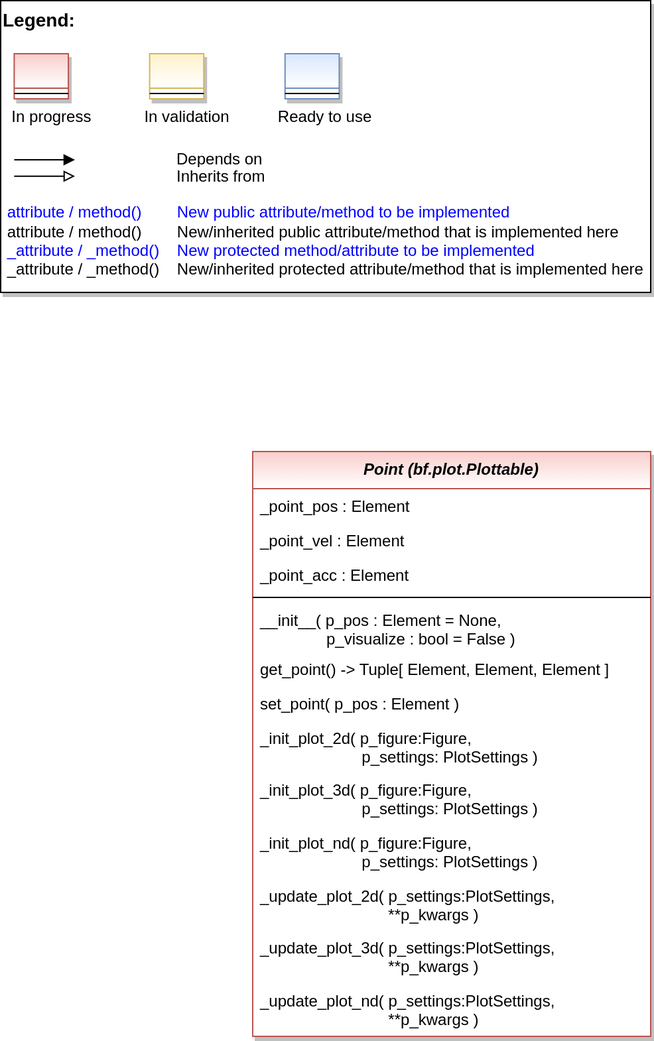
This is doc/rtd/content/04_appendices/appendix2/sub/core/mlpro_bf/layer2_mathematics/images/MLPro-BF-Math-Geometry_class_diagram.drawio.png from fhswf/MLPro, a draw.io export, as it was before one commit. Source tidied: cells renumbered, new cells last; positions are measured from the earlier drawing's top-left corner, leaving out a move shared by most shapes. The source it was exported from:
```xml
<mxGraphModel>
  <root>
    <mxCell id="0" />
    <mxCell id="1" parent="0" />
    <mxCell id="2" style="group;" parent="1" vertex="1">
      <mxGeometry width="490" height="220" as="geometry" />
    </mxCell>
    <mxCell id="3" value="&lt;font color=&quot;#000000&quot; size=&quot;1&quot;&gt;&lt;b style=&quot;font-size: 14px&quot;&gt;Legend:&lt;br&gt;&lt;/b&gt;&lt;/font&gt;&lt;br&gt;&lt;br&gt;&lt;br&gt;&lt;font color=&quot;#0000ff&quot; style=&quot;font-size: 6px&quot;&gt;&lt;br&gt;&lt;/font&gt;&lt;span style=&quot;color: rgb(0 , 0 , 0)&quot;&gt;&lt;font style=&quot;font-size: 4px&quot;&gt;&amp;nbsp; &amp;nbsp;&lt;/font&gt;&amp;nbsp;In progress&amp;nbsp; &amp;nbsp; &amp;nbsp; &amp;nbsp; &amp;nbsp; &amp;nbsp; In validation&amp;nbsp; &amp;nbsp; &amp;nbsp; &amp;nbsp; &amp;nbsp; &amp;nbsp;Ready to use&lt;/span&gt;&lt;font color=&quot;#000000&quot;&gt;&amp;nbsp;&lt;br&gt;&lt;/font&gt;&lt;font color=&quot;#0000ff&quot;&gt;&lt;br&gt;&lt;br&gt;&lt;br&gt;&lt;br&gt;&amp;nbsp;attribute / method()&amp;nbsp; &amp;nbsp; &amp;nbsp; &amp;nbsp; New public attribute/method to be implemented&lt;/font&gt;&lt;br&gt;&lt;font color=&quot;#000000&quot;&gt;&amp;nbsp;&lt;/font&gt;&lt;font color=&quot;#000000&quot;&gt;attribute / method()&lt;span&gt;&#9;&lt;/span&gt;&amp;nbsp; &amp;nbsp; &amp;nbsp; &amp;nbsp;New/inherited public attribute/method that is implemented here&lt;br&gt;&lt;/font&gt;&lt;font color=&quot;#0000ff&quot;&gt;&amp;nbsp;_attribute /&amp;nbsp;&lt;/font&gt;&lt;font color=&quot;#0000ff&quot;&gt;_method()&amp;nbsp; &amp;nbsp; New protected method/attribute to be implemented&lt;/font&gt;&lt;br&gt;&lt;font color=&quot;#000000&quot;&gt;&amp;nbsp;_attribute / _method()&amp;nbsp; &amp;nbsp; New/inherited protected attribute/method that is implemented here&lt;br&gt;&lt;/font&gt;&lt;font color=&quot;#000000&quot;&gt;&lt;br&gt;&lt;br&gt;&lt;br&gt;&lt;br&gt;&lt;br&gt;&lt;/font&gt;" style="text;html=1;align=left;verticalAlign=top;whiteSpace=wrap;rounded=0;fontColor=#006600;strokeColor=#000000;shadow=1;fillColor=#ffffff;" parent="2" vertex="1">
      <mxGeometry width="490" height="220" as="geometry" />
    </mxCell>
    <mxCell id="4" value="Depends on" style="endArrow=block;html=1;labelPosition=right;verticalLabelPosition=middle;align=left;verticalAlign=middle;endFill=1;fontSize=12;" parent="2" edge="1">
      <mxGeometry x="-1623.1" y="-2180" as="geometry">
        <mxPoint x="10.2" y="120" as="sourcePoint" />
        <mxPoint x="56" y="120" as="targetPoint" />
        <Array as="points">
          <mxPoint x="30.6" y="120" />
        </Array>
        <mxPoint x="98" as="offset" />
      </mxGeometry>
    </mxCell>
    <mxCell id="5" value="Inherits from" style="endArrow=block;html=1;labelPosition=right;verticalLabelPosition=middle;align=left;verticalAlign=middle;endFill=0;fontSize=12;" parent="2" edge="1">
      <mxGeometry x="-1623.1" y="-2180" as="geometry">
        <mxPoint x="10.2" y="132.4" as="sourcePoint" />
        <mxPoint x="56" y="132.4" as="targetPoint" />
        <mxPoint x="98" y="1" as="offset" />
      </mxGeometry>
    </mxCell>
    <mxCell id="6" style="swimlane;fontStyle=3;align=center;verticalAlign=top;horizontal=1;startSize=26;rounded=0;shadow=1;strokeWidth=1;fillColor=#f8cecc;strokeColor=#b85450;gradientColor=#ffffff;swimlaneFillColor=#ffffff;" parent="2" vertex="1">
      <mxGeometry x="10.2" y="40" width="40.8" height="34" as="geometry" />
    </mxCell>
    <mxCell id="7" style="line;html=1;strokeWidth=1;align=left;verticalAlign=middle;spacingTop=-1;spacingLeft=3;spacingRight=3;labelPosition=right;" parent="6" vertex="1">
      <mxGeometry y="26" width="40.8" height="8" as="geometry" />
    </mxCell>
    <mxCell id="8" style="swimlane;fontStyle=3;align=center;verticalAlign=top;horizontal=1;startSize=26;rounded=0;shadow=1;strokeWidth=1;fillColor=#fff2cc;strokeColor=#d6b656;gradientColor=#ffffff;swimlaneFillColor=#ffffff;" parent="2" vertex="1">
      <mxGeometry x="112.3" y="40" width="40.8" height="34" as="geometry" />
    </mxCell>
    <mxCell id="9" style="line;html=1;strokeWidth=1;align=left;verticalAlign=middle;spacingTop=-1;spacingLeft=3;spacingRight=3;labelPosition=right;" parent="8" vertex="1">
      <mxGeometry y="26" width="40.8" height="8" as="geometry" />
    </mxCell>
    <mxCell id="10" style="swimlane;fontStyle=3;align=center;verticalAlign=top;horizontal=1;startSize=26;rounded=0;shadow=1;strokeWidth=1;fillColor=#dae8fc;strokeColor=#6c8ebf;gradientColor=#ffffff;swimlaneFillColor=#ffffff;" parent="2" vertex="1">
      <mxGeometry x="214.4" y="40" width="40.8" height="34" as="geometry" />
    </mxCell>
    <mxCell id="11" style="line;html=1;strokeWidth=1;align=left;verticalAlign=middle;spacingTop=-1;spacingLeft=3;spacingRight=3;labelPosition=right;" parent="10" vertex="1">
      <mxGeometry y="26" width="40.8" height="8" as="geometry" />
    </mxCell>
    <mxCell id="12" value="Point (bf.plot.Plottable)" style="swimlane;fontStyle=3;align=center;verticalAlign=top;horizontal=1;startSize=28;rounded=0;shadow=1;strokeWidth=1;fillColor=#f8cecc;strokeColor=#b85450;swimlaneFillColor=#ffffff;gradientColor=#ffffff;" parent="1" vertex="1">
      <mxGeometry x="190" y="340" width="300" height="441" as="geometry" />
    </mxCell>
    <mxCell id="13" value="_point_pos : Element" style="text;align=left;verticalAlign=top;spacingLeft=4;spacingRight=4;overflow=hidden;" parent="12" vertex="1">
      <mxGeometry y="28" width="300" height="26" as="geometry" />
    </mxCell>
    <mxCell id="14" value="_point_vel : Element" style="text;align=left;verticalAlign=top;spacingLeft=4;spacingRight=4;overflow=hidden;" parent="12" vertex="1">
      <mxGeometry y="54" width="300" height="26" as="geometry" />
    </mxCell>
    <mxCell id="15" value="_point_acc : Element" style="text;align=left;verticalAlign=top;spacingLeft=4;spacingRight=4;overflow=hidden;" parent="12" vertex="1">
      <mxGeometry y="80" width="300" height="26" as="geometry" />
    </mxCell>
    <mxCell id="16" style="line;html=1;strokeWidth=1;align=left;verticalAlign=middle;spacingTop=-1;spacingLeft=3;spacingRight=3;labelPosition=right;" parent="12" vertex="1">
      <mxGeometry y="106" width="300" height="8" as="geometry" />
    </mxCell>
    <mxCell id="17" value="__init__( p_pos : Element = None,&#10;               p_visualize : bool = False )" style="text;align=left;verticalAlign=top;spacingLeft=4;spacingRight=4;overflow=hidden;fontColor=default;" parent="12" vertex="1">
      <mxGeometry y="114" width="300" height="37" as="geometry" />
    </mxCell>
    <mxCell id="18" value="get_point() -&gt; Tuple[ Element, Element, Element ]" style="text;align=left;verticalAlign=top;spacingLeft=4;spacingRight=4;overflow=hidden;" parent="12" vertex="1">
      <mxGeometry y="151" width="300" height="26" as="geometry" />
    </mxCell>
    <mxCell id="19" value="set_point( p_pos : Element )" style="text;align=left;verticalAlign=top;spacingLeft=4;spacingRight=4;overflow=hidden;" parent="12" vertex="1">
      <mxGeometry y="177" width="300" height="26" as="geometry" />
    </mxCell>
    <mxCell id="20" value="_init_plot_2d( p_figure:Figure, &#10;                       p_settings: PlotSettings )" style="text;align=left;verticalAlign=top;spacingLeft=4;spacingRight=4;overflow=hidden;fontColor=default;" parent="12" vertex="1">
      <mxGeometry y="203" width="300" height="39" as="geometry" />
    </mxCell>
    <mxCell id="21" value="_init_plot_3d( p_figure:Figure, &#10;                       p_settings: PlotSettings )" style="text;align=left;verticalAlign=top;spacingLeft=4;spacingRight=4;overflow=hidden;fontColor=default;" parent="12" vertex="1">
      <mxGeometry y="242" width="300" height="40" as="geometry" />
    </mxCell>
    <mxCell id="22" value="_init_plot_nd( p_figure:Figure, &#10;                       p_settings: PlotSettings )" style="text;align=left;verticalAlign=top;spacingLeft=4;spacingRight=4;overflow=hidden;fontColor=default;" parent="12" vertex="1">
      <mxGeometry y="282" width="300" height="40" as="geometry" />
    </mxCell>
    <mxCell id="23" value="_update_plot_2d( p_settings:PlotSettings,&#10;                             **p_kwargs )" style="text;align=left;verticalAlign=top;spacingLeft=4;spacingRight=4;overflow=hidden;fontColor=default;" parent="12" vertex="1">
      <mxGeometry y="322" width="300" height="39" as="geometry" />
    </mxCell>
    <mxCell id="24" value="_update_plot_3d( p_settings:PlotSettings,&#10;                             **p_kwargs )" style="text;align=left;verticalAlign=top;spacingLeft=4;spacingRight=4;overflow=hidden;fontColor=default;" parent="12" vertex="1">
      <mxGeometry y="361" width="300" height="40" as="geometry" />
    </mxCell>
    <mxCell id="25" value="_update_plot_nd( p_settings:PlotSettings,&#10;                             **p_kwargs )" style="text;align=left;verticalAlign=top;spacingLeft=4;spacingRight=4;overflow=hidden;fontColor=default;" parent="12" vertex="1">
      <mxGeometry y="401" width="300" height="40" as="geometry" />
    </mxCell>
  </root>
</mxGraphModel>
```
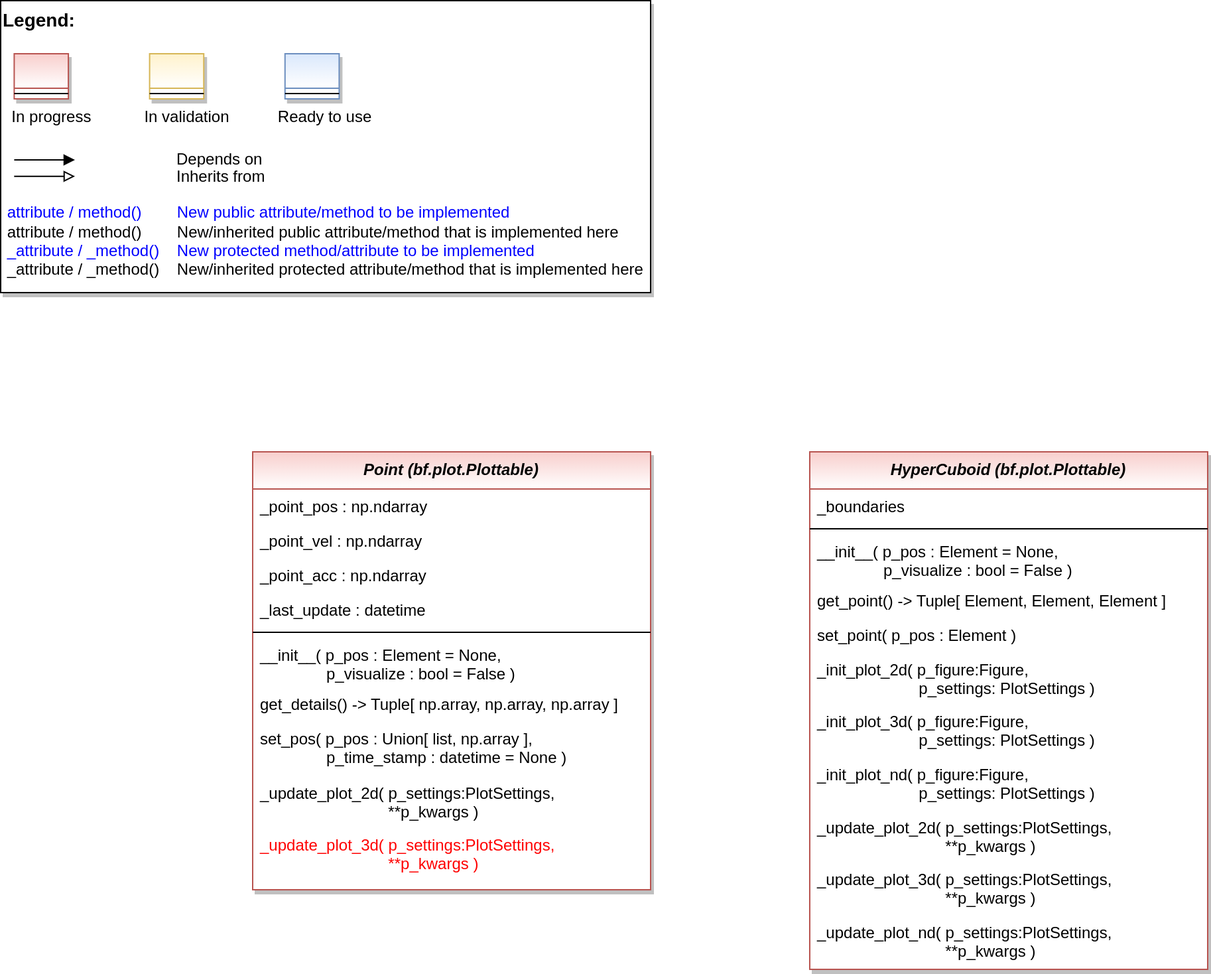
The same file after the commit.

Commit message:
BF-MATH: New sub-topic for geometric objects #739

What changed in the source:
```diff
@@ -44,46 +44,73 @@
       <mxGeometry y="26" width="40.8" height="8" as="geometry" />
     </mxCell>
     <mxCell id="12" value="Point (bf.plot.Plottable)" style="swimlane;fontStyle=3;align=center;verticalAlign=top;horizontal=1;startSize=28;rounded=0;shadow=1;strokeWidth=1;fillColor=#f8cecc;strokeColor=#b85450;swimlaneFillColor=#ffffff;gradientColor=#ffffff;" parent="1" vertex="1">
-      <mxGeometry x="190" y="340" width="300" height="441" as="geometry" />
+      <mxGeometry x="190" y="340" width="300" height="330" as="geometry" />
     </mxCell>
-    <mxCell id="13" value="_point_pos : Element" style="text;align=left;verticalAlign=top;spacingLeft=4;spacingRight=4;overflow=hidden;" parent="12" vertex="1">
+    <mxCell id="13" value="_point_pos : np.ndarray" style="text;align=left;verticalAlign=top;spacingLeft=4;spacingRight=4;overflow=hidden;" parent="12" vertex="1">
       <mxGeometry y="28" width="300" height="26" as="geometry" />
     </mxCell>
-    <mxCell id="14" value="_point_vel : Element" style="text;align=left;verticalAlign=top;spacingLeft=4;spacingRight=4;overflow=hidden;" parent="12" vertex="1">
+    <mxCell id="14" value="_point_vel : np.ndarray" style="text;align=left;verticalAlign=top;spacingLeft=4;spacingRight=4;overflow=hidden;" parent="12" vertex="1">
       <mxGeometry y="54" width="300" height="26" as="geometry" />
     </mxCell>
-    <mxCell id="15" value="_point_acc : Element" style="text;align=left;verticalAlign=top;spacingLeft=4;spacingRight=4;overflow=hidden;" parent="12" vertex="1">
+    <mxCell id="15" value="_point_acc : np.ndarray" style="text;align=left;verticalAlign=top;spacingLeft=4;spacingRight=4;overflow=hidden;" parent="12" vertex="1">
       <mxGeometry y="80" width="300" height="26" as="geometry" />
     </mxCell>
+    <mxCell id="26" value="_last_update : datetime" style="text;align=left;verticalAlign=top;spacingLeft=4;spacingRight=4;overflow=hidden;" parent="12" vertex="1">
+      <mxGeometry y="106" width="300" height="26" as="geometry" />
+    </mxCell>
     <mxCell id="16" style="line;html=1;strokeWidth=1;align=left;verticalAlign=middle;spacingTop=-1;spacingLeft=3;spacingRight=3;labelPosition=right;" parent="12" vertex="1">
-      <mxGeometry y="106" width="300" height="8" as="geometry" />
+      <mxGeometry y="132" width="300" height="8" as="geometry" />
     </mxCell>
     <mxCell id="17" value="__init__( p_pos : Element = None,&#10;               p_visualize : bool = False )" style="text;align=left;verticalAlign=top;spacingLeft=4;spacingRight=4;overflow=hidden;fontColor=default;" parent="12" vertex="1">
-      <mxGeometry y="114" width="300" height="37" as="geometry" />
+      <mxGeometry y="140" width="300" height="37" as="geometry" />
     </mxCell>
-    <mxCell id="18" value="get_point() -&gt; Tuple[ Element, Element, Element ]" style="text;align=left;verticalAlign=top;spacingLeft=4;spacingRight=4;overflow=hidden;" parent="12" vertex="1">
-      <mxGeometry y="151" width="300" height="26" as="geometry" />
+    <mxCell id="18" value="get_details() -&gt; Tuple[ np.array, np.array, np.array ]" style="text;align=left;verticalAlign=top;spacingLeft=4;spacingRight=4;overflow=hidden;" parent="12" vertex="1">
+      <mxGeometry y="177" width="300" height="26" as="geometry" />
     </mxCell>
-    <mxCell id="19" value="set_point( p_pos : Element )" style="text;align=left;verticalAlign=top;spacingLeft=4;spacingRight=4;overflow=hidden;" parent="12" vertex="1">
-      <mxGeometry y="177" width="300" height="26" as="geometry" />
+    <mxCell id="19" value="set_pos( p_pos : Union[ list, np.array ], &#10;               p_time_stamp : datetime = None )" style="text;align=left;verticalAlign=top;spacingLeft=4;spacingRight=4;overflow=hidden;" parent="12" vertex="1">
+      <mxGeometry y="203" width="300" height="41" as="geometry" />
     </mxCell>
+    <mxCell id="23" value="_update_plot_2d( p_settings:PlotSettings,&#10;                             **p_kwargs )" style="text;align=left;verticalAlign=top;spacingLeft=4;spacingRight=4;overflow=hidden;fontColor=default;" parent="12" vertex="1">
+      <mxGeometry y="244" width="300" height="39" as="geometry" />
+    </mxCell>
+    <mxCell id="24" value="_update_plot_3d( p_settings:PlotSettings,&#10;                             **p_kwargs )" style="text;align=left;verticalAlign=top;spacingLeft=4;spacingRight=4;overflow=hidden;fontColor=#FF0000;" parent="12" vertex="1">
+      <mxGeometry y="283" width="300" height="40" as="geometry" />
+    </mxCell>
+    <mxCell id="27" value="HyperCuboid (bf.plot.Plottable)" style="swimlane;fontStyle=3;align=center;verticalAlign=top;horizontal=1;startSize=28;rounded=0;shadow=1;strokeWidth=1;fillColor=#f8cecc;strokeColor=#b85450;swimlaneFillColor=#ffffff;gradientColor=#ffffff;" parent="1" vertex="1">
+      <mxGeometry x="610" y="340" width="300" height="390" as="geometry" />
+    </mxCell>
+    <mxCell id="28" value="_boundaries" style="text;align=left;verticalAlign=top;spacingLeft=4;spacingRight=4;overflow=hidden;" parent="27" vertex="1">
+      <mxGeometry y="28" width="300" height="26" as="geometry" />
+    </mxCell>
+    <mxCell id="29" style="line;html=1;strokeWidth=1;align=left;verticalAlign=middle;spacingTop=-1;spacingLeft=3;spacingRight=3;labelPosition=right;" parent="27" vertex="1">
+      <mxGeometry y="54" width="300" height="8" as="geometry" />
+    </mxCell>
+    <mxCell id="30" value="__init__( p_pos : Element = None,&#10;               p_visualize : bool = False )" style="text;align=left;verticalAlign=top;spacingLeft=4;spacingRight=4;overflow=hidden;fontColor=default;" parent="27" vertex="1">
+      <mxGeometry y="62" width="300" height="37" as="geometry" />
+    </mxCell>
+    <mxCell id="31" value="get_point() -&gt; Tuple[ Element, Element, Element ]" style="text;align=left;verticalAlign=top;spacingLeft=4;spacingRight=4;overflow=hidden;" parent="27" vertex="1">
+      <mxGeometry y="99" width="300" height="26" as="geometry" />
+    </mxCell>
+    <mxCell id="32" value="set_point( p_pos : Element )" style="text;align=left;verticalAlign=top;spacingLeft=4;spacingRight=4;overflow=hidden;" parent="27" vertex="1">
+      <mxGeometry y="125" width="300" height="26" as="geometry" />
+    </mxCell>
-    <mxCell id="20" value="_init_plot_2d( p_figure:Figure, &#10;                       p_settings: PlotSettings )" style="text;align=left;verticalAlign=top;spacingLeft=4;spacingRight=4;overflow=hidden;fontColor=default;" parent="12" vertex="1">
-      <mxGeometry y="203" width="300" height="39" as="geometry" />
+    <mxCell id="20" value="_init_plot_2d( p_figure:Figure, &#10;                       p_settings: PlotSettings )" style="text;align=left;verticalAlign=top;spacingLeft=4;spacingRight=4;overflow=hidden;fontColor=default;" parent="27" vertex="1">
+      <mxGeometry y="151" width="300" height="39" as="geometry" />
     </mxCell>
-    <mxCell id="21" value="_init_plot_3d( p_figure:Figure, &#10;                       p_settings: PlotSettings )" style="text;align=left;verticalAlign=top;spacingLeft=4;spacingRight=4;overflow=hidden;fontColor=default;" parent="12" vertex="1">
-      <mxGeometry y="242" width="300" height="40" as="geometry" />
+    <mxCell id="21" value="_init_plot_3d( p_figure:Figure, &#10;                       p_settings: PlotSettings )" style="text;align=left;verticalAlign=top;spacingLeft=4;spacingRight=4;overflow=hidden;fontColor=default;" parent="27" vertex="1">
+      <mxGeometry y="190" width="300" height="40" as="geometry" />
     </mxCell>
-    <mxCell id="22" value="_init_plot_nd( p_figure:Figure, &#10;                       p_settings: PlotSettings )" style="text;align=left;verticalAlign=top;spacingLeft=4;spacingRight=4;overflow=hidden;fontColor=default;" parent="12" vertex="1">
-      <mxGeometry y="282" width="300" height="40" as="geometry" />
+    <mxCell id="22" value="_init_plot_nd( p_figure:Figure, &#10;                       p_settings: PlotSettings )" style="text;align=left;verticalAlign=top;spacingLeft=4;spacingRight=4;overflow=hidden;fontColor=default;" parent="27" vertex="1">
+      <mxGeometry y="230" width="300" height="40" as="geometry" />
     </mxCell>
-    <mxCell id="23" value="_update_plot_2d( p_settings:PlotSettings,&#10;                             **p_kwargs )" style="text;align=left;verticalAlign=top;spacingLeft=4;spacingRight=4;overflow=hidden;fontColor=default;" parent="12" vertex="1">
-      <mxGeometry y="322" width="300" height="39" as="geometry" />
-    </mxCell>
-    <mxCell id="24" value="_update_plot_3d( p_settings:PlotSettings,&#10;                             **p_kwargs )" style="text;align=left;verticalAlign=top;spacingLeft=4;spacingRight=4;overflow=hidden;fontColor=default;" parent="12" vertex="1">
-      <mxGeometry y="361" width="300" height="40" as="geometry" />
-    </mxCell>
+    <mxCell id="33" value="_update_plot_2d( p_settings:PlotSettings,&#10;                             **p_kwargs )" style="text;align=left;verticalAlign=top;spacingLeft=4;spacingRight=4;overflow=hidden;fontColor=default;" parent="27" vertex="1">
+      <mxGeometry y="270" width="300" height="39" as="geometry" />
+    </mxCell>
+    <mxCell id="34" value="_update_plot_3d( p_settings:PlotSettings,&#10;                             **p_kwargs )" style="text;align=left;verticalAlign=top;spacingLeft=4;spacingRight=4;overflow=hidden;fontColor=default;" parent="27" vertex="1">
+      <mxGeometry y="309" width="300" height="40" as="geometry" />
+    </mxCell>
-    <mxCell id="25" value="_update_plot_nd( p_settings:PlotSettings,&#10;                             **p_kwargs )" style="text;align=left;verticalAlign=top;spacingLeft=4;spacingRight=4;overflow=hidden;fontColor=default;" parent="12" vertex="1">
-      <mxGeometry y="401" width="300" height="40" as="geometry" />
+    <mxCell id="25" value="_update_plot_nd( p_settings:PlotSettings,&#10;                             **p_kwargs )" style="text;align=left;verticalAlign=top;spacingLeft=4;spacingRight=4;overflow=hidden;fontColor=default;" parent="27" vertex="1">
+      <mxGeometry y="349" width="300" height="40" as="geometry" />
     </mxCell>
   </root>
 </mxGraphModel>
```
